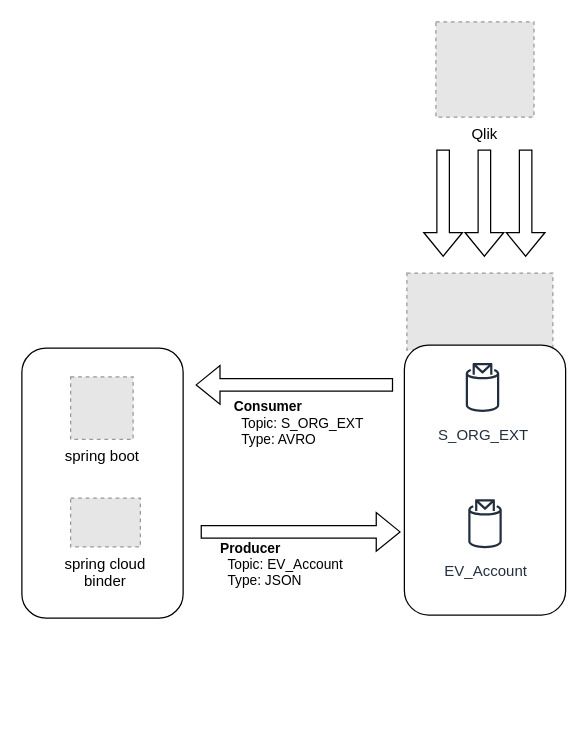
leodwx/diagrams keeps this draw.io diagram as springcloud-kafka.drawio. Above is the earlier version. Source tidied: cells renumbered, new cells numbered last; positions are measured from the earlier drawing's top-left corner, leaving out a move shared by most shapes. Both pictures are drawn from the tidied source at 125%, with x=0, y=0 at pixel (21, 21). Pictures stored in the file or linked from it are replaced by grey dashed boxes.
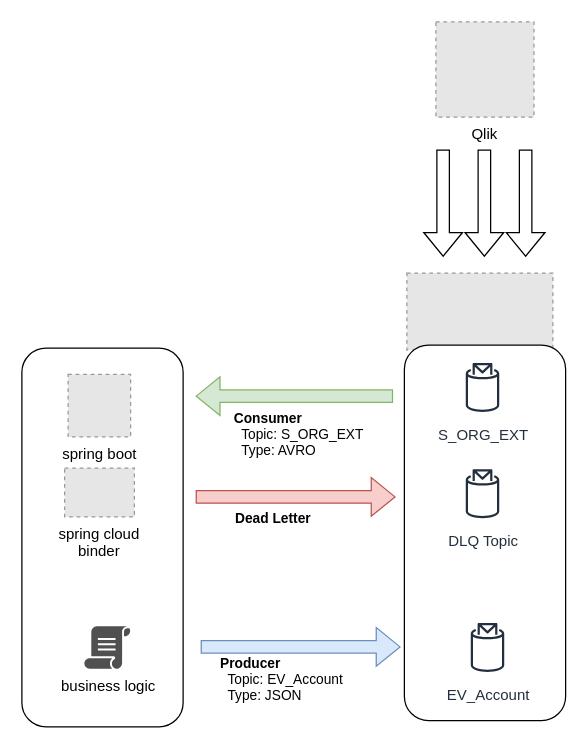
After the change.

Diff of the diagram source:
```diff
@@
     <mxCell id="3" style="rounded=1;whiteSpace=wrap;html=1;" parent="1" vertex="1">
-      <mxGeometry x="306" y="258.5" width="129" height="216" as="geometry" />
+      <mxGeometry x="306" y="258.5" width="129" height="300.5" as="geometry" />
     </mxCell>
     <mxCell id="4" style="rounded=1;whiteSpace=wrap;html=1;" parent="1" vertex="1">
-      <mxGeometry y="261" width="129" height="216" as="geometry" />
+      <mxGeometry y="261" width="129" height="303" as="geometry" />
     </mxCell>
     <mxCell id="5" value="spring cloud &#10;binder" style="fillColor=#E6E6E6;strokeColor=#999999;dashed=1;verticalLabelPosition=bottom;labelBackgroundColor=default;verticalAlign=top;" parent="1" vertex="1">
-      <mxGeometry x="39" y="381" width="55.8" height="39" as="geometry" />
+      <mxGeometry x="34.2" y="357" width="55.8" height="39" as="geometry" />
     </mxCell>
     <mxCell id="6" value="spring boot" style="fillColor=#E6E6E6;strokeColor=#999999;dashed=1;html=1;verticalAlign=top;verticalLabelPosition=bottom;labelBackgroundColor=#ffffff;" parent="1" vertex="1">
-      <mxGeometry x="39" y="284" width="50" height="50" as="geometry" />
+      <mxGeometry x="37" y="282" width="50" height="50" as="geometry" />
     </mxCell>
-    <mxCell id="7" style="shape=flexArrow;endArrow=classic;html=1;rounded=0;" parent="1" edge="1">
+    <mxCell id="7" style="shape=flexArrow;endArrow=classic;html=1;rounded=0;fillColor=#dae8fc;strokeColor=#6c8ebf;" parent="1" edge="1">
       <mxGeometry relative="1" as="geometry">
-        <mxPoint x="143" y="408" as="sourcePoint" />
-        <mxPoint x="303" y="408" as="targetPoint" />
+        <mxPoint x="143" y="500" as="sourcePoint" />
+        <mxPoint x="303" y="500" as="targetPoint" />
       </mxGeometry>
     </mxCell>
@@
-    <mxCell id="9" style="shape=flexArrow;endArrow=classic;html=1;rounded=0;" parent="1" edge="1">
+    <mxCell id="9" style="shape=flexArrow;endArrow=classic;html=1;rounded=0;fillColor=#d5e8d4;strokeColor=#82b366;" parent="1" edge="1">
       <mxGeometry relative="1" as="geometry">
-        <mxPoint x="297" y="290.4" as="sourcePoint" />
-        <mxPoint x="139" y="290.4" as="targetPoint" />
+        <mxPoint x="297" y="299.4" as="sourcePoint" />
+        <mxPoint x="139" y="299.4" as="targetPoint" />
       </mxGeometry>
     </mxCell>
@@
-    <mxCell id="12" value="EV_Account" style="sketch=0;fontColor=#232F3E;gradientColor=none;strokeColor=#232F3E;fillColor=#ffffff;dashed=0;verticalLabelPosition=bottom;verticalAlign=top;align=center;html=1;fontSize=12;fontStyle=0;shape=mxgraph.aws4.resourceIcon;resIcon=mxgraph.aws4.topic_2;" parent="1" vertex="1">
-      <mxGeometry x="346" y="377" width="49" height="49" as="geometry" />
+    <mxCell id="12" value="DLQ Topic" style="sketch=0;fontColor=#232F3E;gradientColor=none;strokeColor=#232F3E;fillColor=#ffffff;dashed=0;verticalLabelPosition=bottom;verticalAlign=top;align=center;html=1;fontSize=12;fontStyle=0;shape=mxgraph.aws4.resourceIcon;resIcon=mxgraph.aws4.topic_2;" parent="1" vertex="1">
+      <mxGeometry x="344" y="353" width="49" height="49" as="geometry" />
     </mxCell>
@@
+    <mxCell id="17" value="EV_Account" style="sketch=0;fontColor=#232F3E;gradientColor=none;strokeColor=#232F3E;fillColor=#ffffff;dashed=0;verticalLabelPosition=bottom;verticalAlign=top;align=center;html=1;fontSize=12;fontStyle=0;shape=mxgraph.aws4.resourceIcon;resIcon=mxgraph.aws4.topic_2;" parent="1" vertex="1">
+      <mxGeometry x="348" y="476" width="49" height="49" as="geometry" />
+    </mxCell>
+    <mxCell id="18" value="business logic" style="sketch=0;shadow=0;dashed=0;html=1;strokeColor=none;fillColor=#505050;labelPosition=center;verticalLabelPosition=bottom;verticalAlign=top;align=center;shape=mxgraph.office.concepts.script;" parent="1" vertex="1">
+      <mxGeometry x="50" y="483.5" width="37" height="34" as="geometry" />
+    </mxCell>
+    <mxCell id="19" style="shape=flexArrow;endArrow=classic;html=1;rounded=0;fillColor=#f8cecc;strokeColor=#b85450;" parent="1" edge="1">
+      <mxGeometry relative="1" as="geometry">
+        <mxPoint x="139" y="380" as="sourcePoint" />
+        <mxPoint x="299" y="380" as="targetPoint" />
+      </mxGeometry>
+    </mxCell>
+    <mxCell id="20" value="&lt;b&gt;Dead Letter&lt;/b&gt;" style="edgeLabel;html=1;align=left;verticalAlign=middle;" parent="19" vertex="1">
+      <mxGeometry x="-0.69" y="-5" relative="1" as="geometry">
+        <mxPoint x="5" y="11" as="offset" />
+      </mxGeometry>
+    </mxCell>
```
